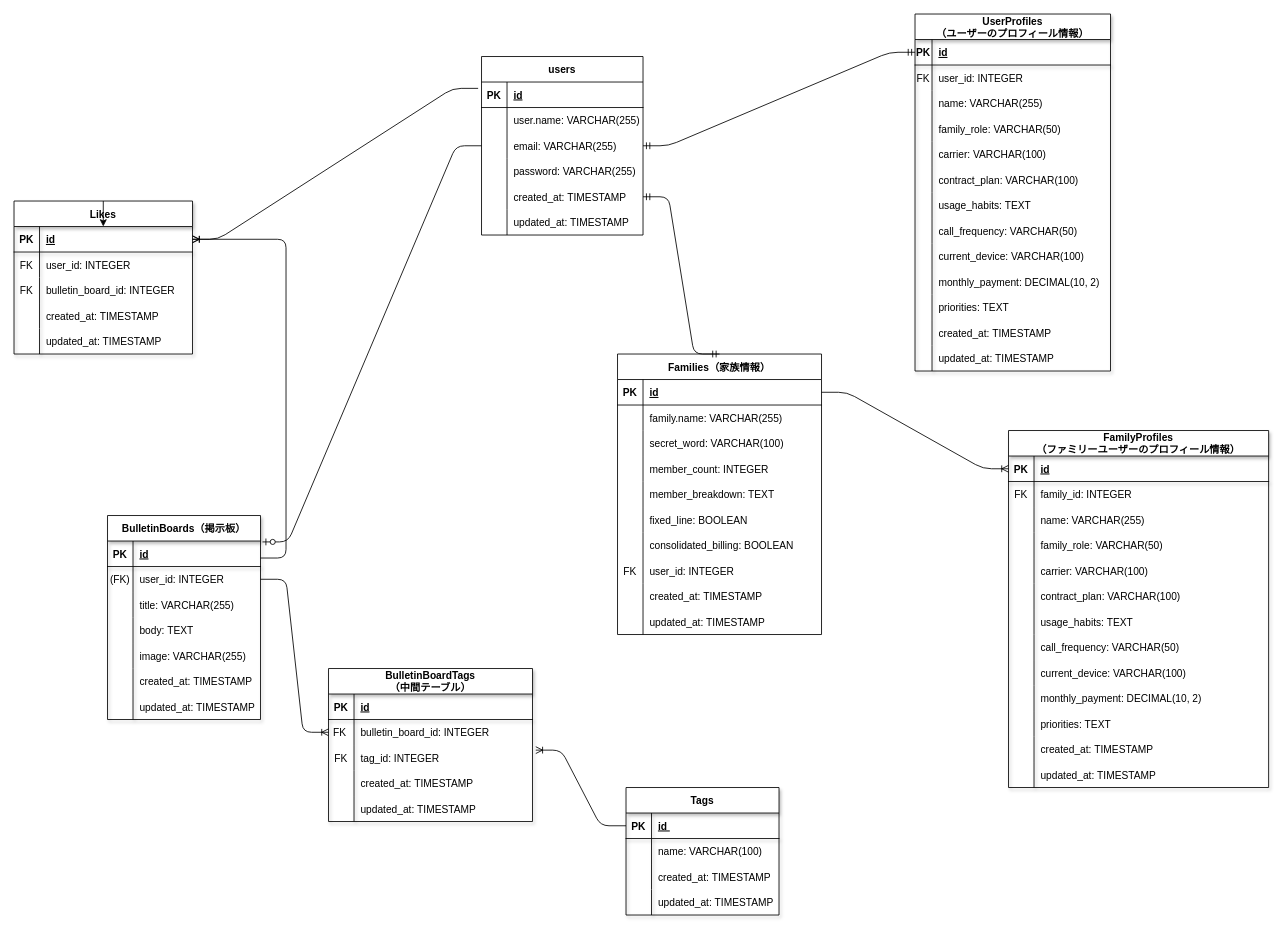
Above: ER.drawio in nosuke1024/tonaritsushin (draw.io), before the change. Source tidied: cells renumbered, new cells numbered last; positions are measured from the earlier drawing's top-left corner, leaving out a move shared by most shapes. Both pictures are drawn from the tidied source at 85%, with x=0, y=0 at pixel (14, 14).
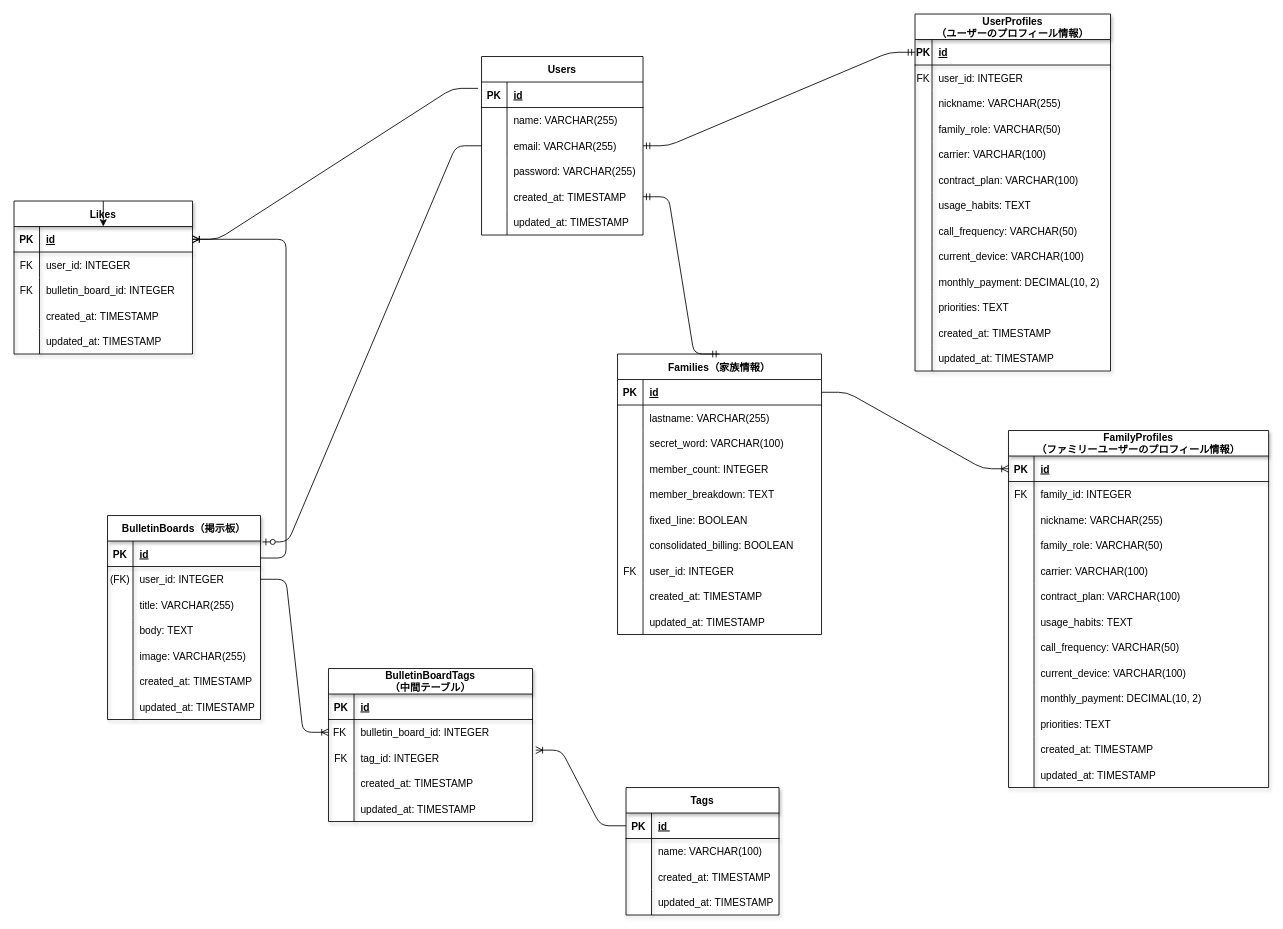
The same diagram, later.

Commit message:
userテーブルの大文字と各テーブルのnameの変更

Unchanged cells that the change refers to:
```xml
<mxCell id="9" style="shape=tableRow;horizontal=0;startSize=0;swimlaneHead=0;swimlaneBody=0;fillColor=none;top=0;left=0;right=0;bottom=0;shadow=1;" parent="2" vertex="1">
  <mxGeometry y="90" width="230" height="30" as="geometry" />
</mxCell>
<mxCell id="46" style="shape=tableRow;horizontal=0;startSize=0;swimlaneHead=0;swimlaneBody=0;fillColor=none;top=0;left=0;right=0;bottom=0;" parent="42" vertex="1">
  <mxGeometry y="60" width="240" height="30" as="geometry" />
</mxCell>
<mxCell id="152" style="shape=tableRow;horizontal=0;startSize=0;swimlaneHead=0;swimlaneBody=0;fillColor=none;top=0;left=0;right=0;bottom=0;shadow=1;" parent="145" vertex="1">
  <mxGeometry y="90" width="306" height="30" as="geometry" />
</mxCell>
<mxCell id="190" style="shape=tableRow;horizontal=0;startSize=0;swimlaneHead=0;swimlaneBody=0;fillColor=none;top=0;left=0;right=0;bottom=0;" parent="186" vertex="1">
  <mxGeometry y="60" width="190" height="30" as="geometry" />
</mxCell>
```

Change to the diagram source:
```diff
@@
-    <mxCell id="11" value="name: VARCHAR(255)" style="shape=partialRectangle;fillColor=none;top=0;left=0;bottom=0;right=0;align=left;spacingLeft=6;overflow=hidden;shadow=1;" parent="9" vertex="1">
+    <mxCell id="11" value="nickname: VARCHAR(255)" style="shape=partialRectangle;fillColor=none;top=0;left=0;bottom=0;right=0;align=left;spacingLeft=6;overflow=hidden;shadow=1;" parent="9" vertex="1">
       <mxGeometry x="20" width="210" height="30" as="geometry" />
     </mxCell>
@@
-    <mxCell id="48" value="family.name: VARCHAR(255)" style="shape=partialRectangle;fillColor=none;top=0;left=0;bottom=0;right=0;align=left;spacingLeft=6;overflow=hidden;" parent="46" vertex="1">
+    <mxCell id="48" value="lastname: VARCHAR(255)" style="shape=partialRectangle;fillColor=none;top=0;left=0;bottom=0;right=0;align=left;spacingLeft=6;overflow=hidden;" parent="46" vertex="1">
       <mxGeometry x="30" width="210" height="30" as="geometry" />
     </mxCell>
@@
-    <mxCell id="154" value="name: VARCHAR(255)" style="shape=partialRectangle;fillColor=none;top=0;left=0;bottom=0;right=0;align=left;spacingLeft=6;overflow=hidden;shadow=1;" parent="152" vertex="1">
+    <mxCell id="154" value="nickname: VARCHAR(255)" style="shape=partialRectangle;fillColor=none;top=0;left=0;bottom=0;right=0;align=left;spacingLeft=6;overflow=hidden;shadow=1;" parent="152" vertex="1">
       <mxGeometry x="30" width="276" height="30" as="geometry" />
     </mxCell>
@@
-    <mxCell id="186" value="users" style="shape=table;startSize=30;childLayout=tableLayout;rowLines=0;fontStyle=1;align=center;" parent="1" vertex="1">
+    <mxCell id="186" value="Users" style="shape=table;startSize=30;childLayout=tableLayout;rowLines=0;fontStyle=1;align=center;" parent="1" vertex="1">
       <mxGeometry x="550" y="50" width="190" height="210" as="geometry" />
     </mxCell>
@@
-    <mxCell id="192" value="user.name: VARCHAR(255)" style="shape=partialRectangle;fillColor=none;top=0;left=0;bottom=0;right=0;align=left;spacingLeft=6;overflow=hidden;" parent="190" vertex="1">
+    <mxCell id="192" value="name: VARCHAR(255)" style="shape=partialRectangle;fillColor=none;top=0;left=0;bottom=0;right=0;align=left;spacingLeft=6;overflow=hidden;" parent="190" vertex="1">
       <mxGeometry x="30" width="160" height="30" as="geometry" />
     </mxCell>
```
